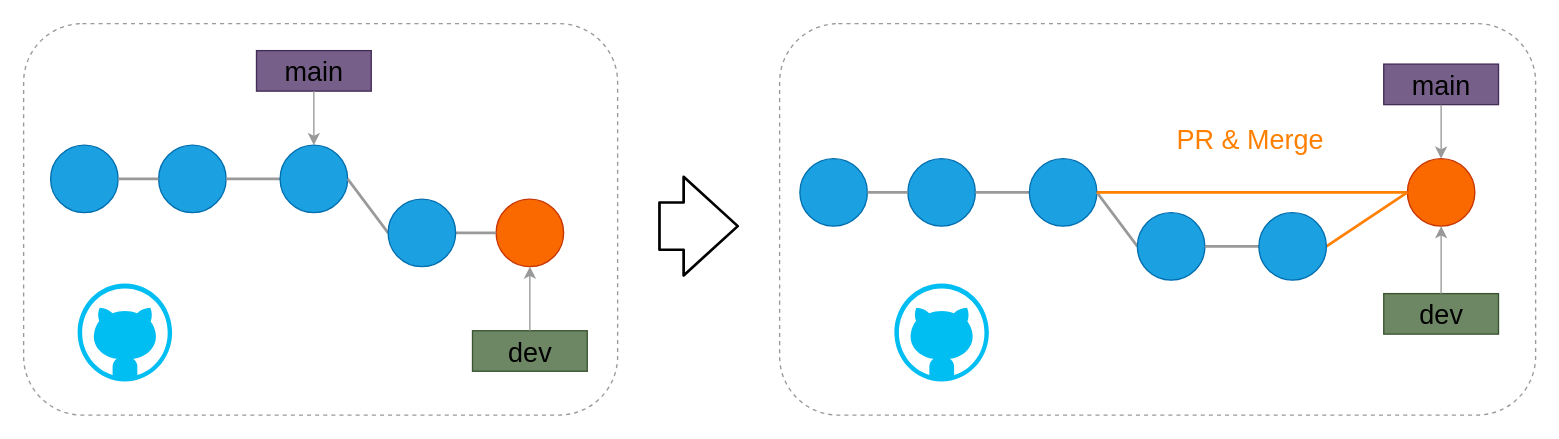
This is public/drawio/wf_pr.drawio from kazuyanagimoto/github-workshop2022, a draw.io file, before an edit. Source tidied: cells renumbered, new cells numbered last; positions are measured from the earlier drawing's top-left corner, leaving out a move shared by most shapes. Both pictures are drawn from the tidied source at 135%, with x=0, y=0 at pixel (23, 23).
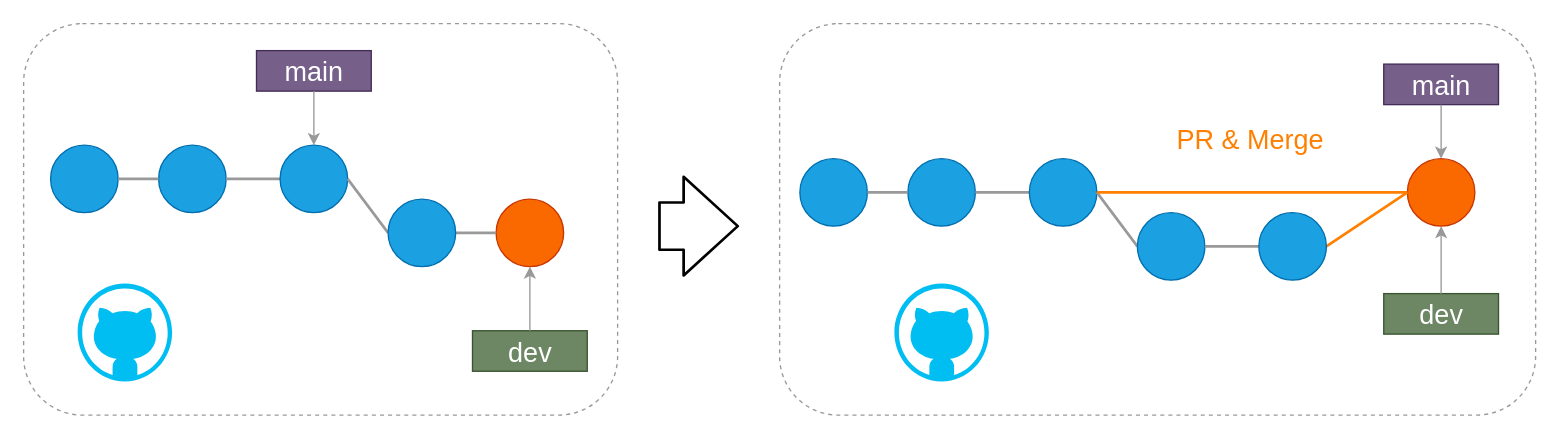
Above is the later version.

The edit, as a diff of the source:
```diff
@@
-    <mxCell id="7" value="main" style="rounded=1;whiteSpace=wrap;html=1;fillColor=#76608a;strokeColor=#432D57;fontColor=#000000;fontSize=20;arcSize=0;" parent="1" vertex="1">
+    <mxCell id="7" value="main" style="rounded=1;whiteSpace=wrap;html=1;fillColor=#76608a;strokeColor=#432D57;fontColor=#ffffff;fontSize=20;arcSize=0;" parent="1" vertex="1">
       <mxGeometry x="1007.5" y="30" width="85" height="30" as="geometry" />
     </mxCell>
@@
-    <mxCell id="12" value="dev" style="rounded=1;whiteSpace=wrap;html=1;fillColor=#6d8764;strokeColor=#3A5431;fontColor=#000000;fontSize=20;arcSize=0;" parent="1" vertex="1">
+    <mxCell id="12" value="&lt;font color=&quot;#ffffff&quot;&gt;dev&lt;/font&gt;" style="rounded=1;whiteSpace=wrap;html=1;fillColor=#6d8764;strokeColor=#3A5431;fontColor=#000000;fontSize=20;arcSize=0;" parent="1" vertex="1">
       <mxGeometry x="1007.5" y="200" width="85" height="30" as="geometry" />
     </mxCell>
@@
-    <mxCell id="25" value="main" style="rounded=1;whiteSpace=wrap;html=1;fillColor=#76608a;strokeColor=#432D57;fontColor=#000000;fontSize=20;arcSize=0;" parent="1" vertex="1">
+    <mxCell id="25" value="main" style="rounded=1;whiteSpace=wrap;html=1;fillColor=#76608a;strokeColor=#432D57;fontColor=#ffffff;fontSize=20;arcSize=0;" parent="1" vertex="1">
       <mxGeometry x="172.5" y="20" width="85" height="30" as="geometry" />
     </mxCell>
+    <mxCell id="27" style="rounded=1;whiteSpace=wrap;html=1;fontSize=16;strokeColor=#999999;dashed=1;fillColor=none;" parent="1" vertex="1">
+      <mxGeometry width="440" height="290" as="geometry" />
+    </mxCell>
@@
-    <mxCell id="27" style="rounded=1;whiteSpace=wrap;html=1;fontSize=16;strokeColor=#999999;dashed=1;fillColor=none;" parent="1" vertex="1">
-      <mxGeometry width="440" height="290" as="geometry" />
-    </mxCell>
@@
-    <mxCell id="30" value="dev" style="rounded=1;whiteSpace=wrap;html=1;fillColor=#6d8764;strokeColor=#3A5431;fontColor=#000000;fontSize=20;arcSize=0;" parent="1" vertex="1">
+    <mxCell id="30" value="&lt;font color=&quot;#ffffff&quot;&gt;dev&lt;/font&gt;" style="rounded=1;whiteSpace=wrap;html=1;fillColor=#6d8764;strokeColor=#3A5431;fontColor=#000000;fontSize=20;arcSize=0;" parent="1" vertex="1">
       <mxGeometry x="332.5" y="227.5" width="85" height="30" as="geometry" />
     </mxCell>
```
